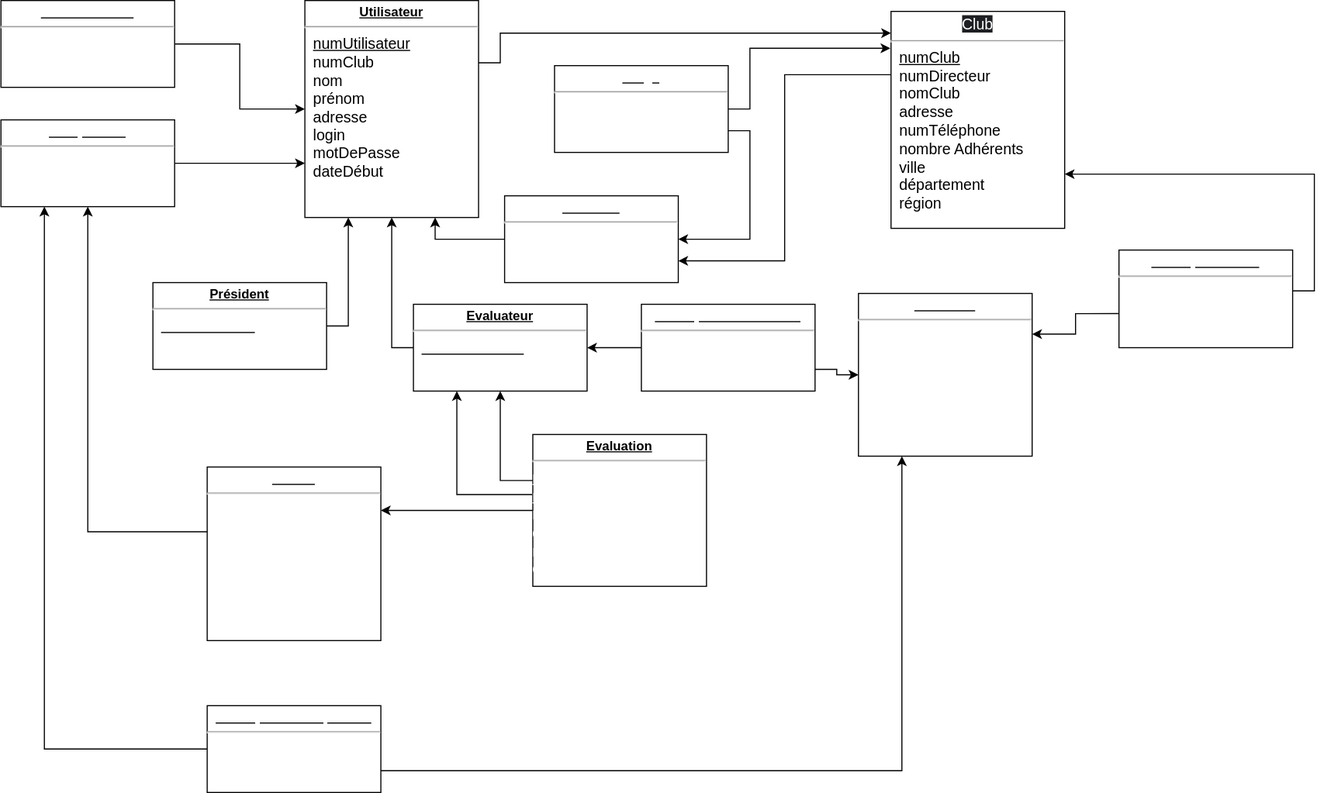
Before: documentation/DiagrammeLogique.svg, a diagram exported from draw.io (Obscurimouille/concours-dessin). Source tidied: cells renumbered, new cells last; positions are measured from the earlier drawing's top-left corner, leaving out a move shared by most shapes.
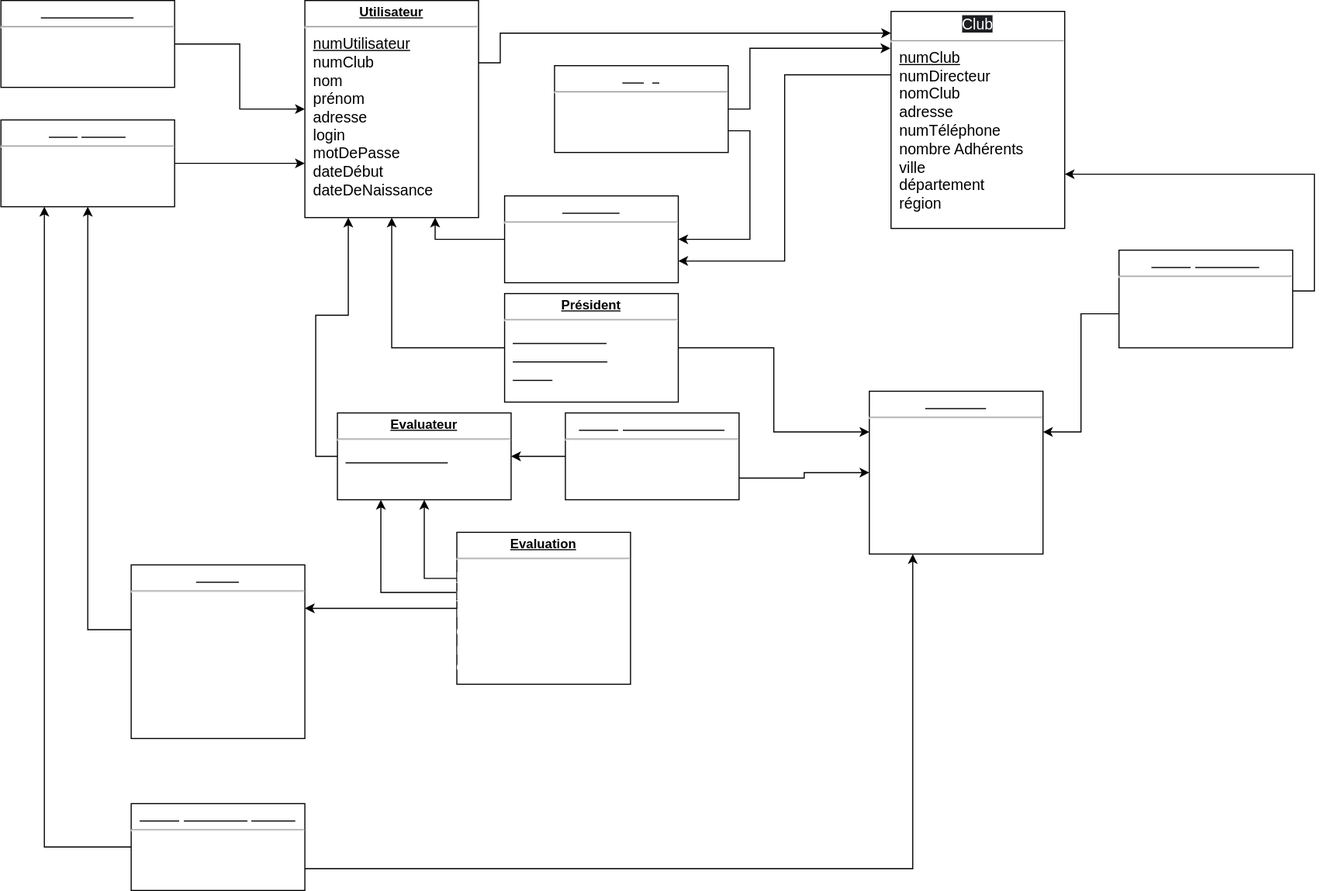
Above is the later version.

Commit message:
Mise à jour schéma logique et route getUserRoleConcour

Change to the diagram source:
```diff
@@ -12,3 +12,3 @@
     </mxCell>
-    <mxCell id="3" value="&lt;p style=&quot;margin: 4px 0px 0px; text-align: center;&quot;&gt;&lt;b style=&quot;&quot;&gt;&lt;u&gt;Utilisateur&lt;/u&gt;&lt;/b&gt;&lt;/p&gt;&lt;hr&gt;&lt;p style=&quot;margin:0px;margin-left:8px;&quot;&gt;&lt;u style=&quot;box-sizing: border-box; font-family: Helvetica, Arial, freesans, sans-serif; font-size: 14px;&quot;&gt;&lt;span style=&quot;box-sizing: border-box;&quot;&gt;numUtilisateur&lt;/span&gt;&lt;/u&gt;&lt;/p&gt;&lt;p style=&quot;margin:0px;margin-left:8px;&quot;&gt;&lt;span style=&quot;box-sizing: border-box; font-family: Helvetica, Arial, freesans, sans-serif; font-size: 14px;&quot;&gt;numClub&lt;/span&gt;&lt;/p&gt;&lt;p style=&quot;margin:0px;margin-left:8px;&quot;&gt;&lt;span style=&quot;box-sizing: border-box; font-family: Helvetica, Arial, freesans, sans-serif; font-size: 14px;&quot;&gt;nom&lt;/span&gt;&lt;/p&gt;&lt;p style=&quot;margin:0px;margin-left:8px;&quot;&gt;&lt;span style=&quot;box-sizing: border-box; font-family: Helvetica, Arial, freesans, sans-serif; font-size: 14px;&quot;&gt;prénom&lt;/span&gt;&lt;/p&gt;&lt;p style=&quot;margin:0px;margin-left:8px;&quot;&gt;&lt;span style=&quot;box-sizing: border-box; font-family: Helvetica, Arial, freesans, sans-serif; font-size: 14px;&quot;&gt;adresse&lt;/span&gt;&lt;/p&gt;&lt;p style=&quot;margin:0px;margin-left:8px;&quot;&gt;&lt;span style=&quot;box-sizing: border-box; font-family: Helvetica, Arial, freesans, sans-serif; font-size: 14px;&quot;&gt;login&lt;/span&gt;&lt;/p&gt;&lt;p style=&quot;margin:0px;margin-left:8px;&quot;&gt;&lt;span style=&quot;box-sizing: border-box; font-family: Helvetica, Arial, freesans, sans-serif; font-size: 14px;&quot;&gt;motDePasse&lt;/span&gt;&lt;/p&gt;&lt;p style=&quot;margin:0px;margin-left:8px;&quot;&gt;&lt;span style=&quot;box-sizing: border-box; font-family: Helvetica, Arial, freesans, sans-serif; font-size: 14px;&quot;&gt;dateDébut&lt;/span&gt;&lt;br&gt;&lt;/p&gt;" style="verticalAlign=top;align=left;overflow=fill;fontSize=12;fontFamily=Helvetica;html=1;" parent="1" vertex="1">
+    <mxCell id="3" value="&lt;p style=&quot;margin: 4px 0px 0px; text-align: center;&quot;&gt;&lt;b style=&quot;&quot;&gt;&lt;u&gt;Utilisateur&lt;/u&gt;&lt;/b&gt;&lt;/p&gt;&lt;hr&gt;&lt;p style=&quot;margin:0px;margin-left:8px;&quot;&gt;&lt;u style=&quot;box-sizing: border-box; font-family: Helvetica, Arial, freesans, sans-serif; font-size: 14px;&quot;&gt;&lt;span style=&quot;box-sizing: border-box;&quot;&gt;numUtilisateur&lt;/span&gt;&lt;/u&gt;&lt;/p&gt;&lt;p style=&quot;margin:0px;margin-left:8px;&quot;&gt;&lt;span style=&quot;box-sizing: border-box; font-family: Helvetica, Arial, freesans, sans-serif; font-size: 14px;&quot;&gt;numClub&lt;/span&gt;&lt;/p&gt;&lt;p style=&quot;margin:0px;margin-left:8px;&quot;&gt;&lt;span style=&quot;box-sizing: border-box; font-family: Helvetica, Arial, freesans, sans-serif; font-size: 14px;&quot;&gt;nom&lt;/span&gt;&lt;/p&gt;&lt;p style=&quot;margin:0px;margin-left:8px;&quot;&gt;&lt;span style=&quot;box-sizing: border-box; font-family: Helvetica, Arial, freesans, sans-serif; font-size: 14px;&quot;&gt;prénom&lt;/span&gt;&lt;/p&gt;&lt;p style=&quot;margin:0px;margin-left:8px;&quot;&gt;&lt;span style=&quot;box-sizing: border-box; font-family: Helvetica, Arial, freesans, sans-serif; font-size: 14px;&quot;&gt;adresse&lt;/span&gt;&lt;/p&gt;&lt;p style=&quot;margin:0px;margin-left:8px;&quot;&gt;&lt;span style=&quot;box-sizing: border-box; font-family: Helvetica, Arial, freesans, sans-serif; font-size: 14px;&quot;&gt;login&lt;/span&gt;&lt;/p&gt;&lt;p style=&quot;margin:0px;margin-left:8px;&quot;&gt;&lt;span style=&quot;box-sizing: border-box; font-family: Helvetica, Arial, freesans, sans-serif; font-size: 14px;&quot;&gt;motDePasse&lt;/span&gt;&lt;/p&gt;&lt;p style=&quot;margin:0px;margin-left:8px;&quot;&gt;&lt;span style=&quot;box-sizing: border-box; font-family: Helvetica, Arial, freesans, sans-serif; font-size: 14px;&quot;&gt;dateDébut&lt;/span&gt;&lt;br&gt;&lt;/p&gt;&lt;p style=&quot;margin:0px;margin-left:8px;&quot;&gt;&lt;span style=&quot;box-sizing: border-box; font-family: Helvetica, Arial, freesans, sans-serif; font-size: 14px;&quot;&gt;dateDeNaissance&lt;/span&gt;&lt;/p&gt;" style="verticalAlign=top;align=left;overflow=fill;fontSize=12;fontFamily=Helvetica;html=1;" parent="1" vertex="1">
       <mxGeometry x="280" width="160" height="200" as="geometry" />
@@ -21,9 +21,12 @@
     </mxCell>
-    <mxCell id="6" style="edgeStyle=orthogonalEdgeStyle;rounded=0;jettySize=auto;html=1;exitX=1;exitY=0.5;exitDx=0;exitDy=0;entryX=0.25;entryY=1;entryDx=0;entryDy=0;fontColor=#FFFFFF;" parent="1" edge="1" source="7" target="3">
+    <mxCell id="6" style="edgeStyle=orthogonalEdgeStyle;rounded=0;jettySize=auto;html=1;exitX=0;exitY=0.5;exitDx=0;exitDy=0;fontColor=#FFFFFF;entryX=0.5;entryY=1;entryDx=0;entryDy=0;" parent="1" edge="1" source="7" target="3">
       <mxGeometry relative="1" as="geometry" />
     </mxCell>
+    <mxCell id="35" style="edgeStyle=orthogonalEdgeStyle;rounded=0;jettySize=auto;html=1;exitX=1;exitY=0.5;exitDx=0;exitDy=0;entryX=0;entryY=0.25;entryDx=0;entryDy=0;" parent="1" edge="1" source="7" target="25">
+      <mxGeometry relative="1" as="geometry" />
+    </mxCell>
-    <mxCell id="7" value="&lt;p style=&quot;margin: 4px 0px 0px; text-align: center;&quot;&gt;&lt;b style=&quot;&quot;&gt;&lt;u&gt;Président&lt;/u&gt;&lt;/b&gt;&lt;/p&gt;&lt;hr&gt;&lt;p style=&quot;margin:0px;margin-left:8px;&quot;&gt;&lt;u style=&quot;box-sizing: border-box; font-family: Helvetica, Arial, freesans, sans-serif; font-size: 14px;&quot;&gt;&lt;span style=&quot;box-sizing: border-box;&quot;&gt;&lt;font style=&quot;&quot; color=&quot;#ffffff&quot;&gt;numPresident&lt;/font&gt;&lt;/span&gt;&lt;/u&gt;&lt;/p&gt;&lt;p style=&quot;margin:0px;margin-left:8px;&quot;&gt;&lt;span style=&quot;box-sizing: border-box; font-family: Helvetica, Arial, freesans, sans-serif; font-size: 14px;&quot;&gt;&lt;font style=&quot;&quot; color=&quot;#ffffff&quot;&gt;prime&lt;/font&gt;&lt;/span&gt;&lt;br&gt;&lt;/p&gt;" style="verticalAlign=top;align=left;overflow=fill;fontSize=12;fontFamily=Helvetica;html=1;" parent="1" vertex="1">
-      <mxGeometry x="140" y="260" width="160" height="80" as="geometry" />
+    <mxCell id="7" value="&lt;p style=&quot;margin: 4px 0px 0px; text-align: center;&quot;&gt;&lt;b style=&quot;&quot;&gt;&lt;u&gt;Président&lt;/u&gt;&lt;/b&gt;&lt;/p&gt;&lt;hr&gt;&lt;p style=&quot;margin:0px;margin-left:8px;&quot;&gt;&lt;u style=&quot;box-sizing: border-box; font-family: Helvetica, Arial, freesans, sans-serif; font-size: 14px;&quot;&gt;&lt;span style=&quot;box-sizing: border-box;&quot;&gt;&lt;font style=&quot;&quot; color=&quot;#ffffff&quot;&gt;numPresident&lt;/font&gt;&lt;/span&gt;&lt;/u&gt;&lt;/p&gt;&lt;p style=&quot;margin:0px;margin-left:8px;&quot;&gt;&lt;u style=&quot;box-sizing: border-box; font-family: Helvetica, Arial, freesans, sans-serif; font-size: 14px;&quot;&gt;&lt;span style=&quot;box-sizing: border-box;&quot;&gt;&lt;font style=&quot;&quot; color=&quot;#ffffff&quot;&gt;numConcours&lt;/font&gt;&lt;/span&gt;&lt;/u&gt;&lt;/p&gt;&lt;p style=&quot;margin:0px;margin-left:8px;&quot;&gt;&lt;u style=&quot;box-sizing: border-box; font-family: Helvetica, Arial, freesans, sans-serif; font-size: 14px;&quot;&gt;&lt;span style=&quot;box-sizing: border-box;&quot;&gt;&lt;font style=&quot;&quot; color=&quot;#ffffff&quot;&gt;Prime&lt;/font&gt;&lt;/span&gt;&lt;/u&gt;&lt;/p&gt;&lt;p style=&quot;margin:0px;margin-left:8px;&quot;&gt;&lt;span style=&quot;box-sizing: border-box; font-family: Helvetica, Arial, freesans, sans-serif; font-size: 14px;&quot;&gt;&lt;font style=&quot;&quot; color=&quot;#ffffff&quot;&gt;dateDebut&lt;/font&gt;&lt;/span&gt;&lt;br&gt;&lt;/p&gt;" style="verticalAlign=top;align=left;overflow=fill;fontSize=12;fontFamily=Helvetica;html=1;" parent="1" vertex="1">
+      <mxGeometry x="464" y="270" width="160" height="100" as="geometry" />
     </mxCell>
-    <mxCell id="8" style="edgeStyle=orthogonalEdgeStyle;rounded=0;jettySize=auto;html=1;exitX=0;exitY=0.5;exitDx=0;exitDy=0;entryX=0.5;entryY=1;entryDx=0;entryDy=0;fontColor=#FFFFFF;" parent="1" edge="1" source="9" target="3">
+    <mxCell id="8" style="edgeStyle=orthogonalEdgeStyle;rounded=0;jettySize=auto;html=1;exitX=0;exitY=0.5;exitDx=0;exitDy=0;entryX=0.25;entryY=1;entryDx=0;entryDy=0;fontColor=#FFFFFF;" parent="1" edge="1" source="9" target="3">
       <mxGeometry relative="1" as="geometry" />
@@ -31,3 +34,3 @@
     <mxCell id="9" value="&lt;p style=&quot;margin: 4px 0px 0px; text-align: center;&quot;&gt;&lt;b&gt;&lt;u&gt;Evaluateur&lt;/u&gt;&lt;/b&gt;&lt;/p&gt;&lt;hr&gt;&lt;p style=&quot;margin:0px;margin-left:8px;&quot;&gt;&lt;u style=&quot;box-sizing: border-box; font-family: Helvetica, Arial, freesans, sans-serif; font-size: 14px;&quot;&gt;&lt;span style=&quot;box-sizing: border-box;&quot;&gt;&lt;font style=&quot;&quot; color=&quot;#ffffff&quot;&gt;numEvaluateur&lt;/font&gt;&lt;/span&gt;&lt;/u&gt;&lt;/p&gt;&lt;p style=&quot;margin:0px;margin-left:8px;&quot;&gt;&lt;span style=&quot;box-sizing: border-box; font-family: Helvetica, Arial, freesans, sans-serif; font-size: 14px;&quot;&gt;&lt;font style=&quot;&quot; color=&quot;#ffffff&quot;&gt;specialite&lt;/font&gt;&lt;/span&gt;&lt;br&gt;&lt;/p&gt;" style="verticalAlign=top;align=left;overflow=fill;fontSize=12;fontFamily=Helvetica;html=1;" parent="1" vertex="1">
-      <mxGeometry x="380" y="280" width="160" height="80" as="geometry" />
+      <mxGeometry x="310" y="380" width="160" height="80" as="geometry" />
     </mxCell>
@@ -43,3 +46,3 @@
     <mxCell id="13" value="&lt;p style=&quot;margin: 4px 0px 0px; text-align: center;&quot;&gt;&lt;b&gt;&lt;u&gt;Evaluation&lt;/u&gt;&lt;/b&gt;&lt;/p&gt;&lt;hr&gt;&lt;font color=&quot;#ffffff&quot;&gt;&lt;u style=&quot;box-sizing: border-box; font-family: Helvetica, Arial, freesans, sans-serif; font-size: 14px;&quot;&gt;&lt;span style=&quot;box-sizing: border-box;&quot;&gt;numEvaluateur1&lt;br&gt;&lt;/span&gt;&lt;/u&gt;&lt;u style=&quot;box-sizing: border-box; font-family: Helvetica, Arial, freesans, sans-serif; font-size: 14px;&quot;&gt;&lt;span style=&quot;box-sizing: border-box;&quot;&gt;numEvaluateur2&lt;br&gt;&lt;/span&gt;&lt;/u&gt;&lt;span style=&quot;box-sizing: border-box; font-family: Helvetica, Arial, freesans, sans-serif; font-size: 14px;&quot;&gt;numDessin&lt;br&gt;&lt;/span&gt;&lt;span style=&quot;box-sizing: border-box; font-family: Helvetica, Arial, freesans, sans-serif; font-size: 14px;&quot;&gt;dateEvaluation&lt;br&gt;&lt;/span&gt;&lt;span style=&quot;box-sizing: border-box; font-family: Helvetica, Arial, freesans, sans-serif; font-size: 14px;&quot;&gt;note&lt;br&gt;&lt;/span&gt;&lt;span style=&quot;box-sizing: border-box; font-family: Helvetica, Arial, freesans, sans-serif; font-size: 14px;&quot;&gt;commentaire&lt;/span&gt;&lt;/font&gt;&lt;p style=&quot;margin:0px;margin-left:8px;&quot;&gt;&lt;span style=&quot;color: rgba(0, 0, 0, 0); font-family: monospace; font-size: 0px;&quot;&gt;%3CmxGraphModel%3E%3Croot%3E%3CmxCell%20id%3D%220%22%2F%3E%3CmxCell%20id%3D%221%22%20parent%3D%220%22%2F%3E%3CmxCell%20id%3D%222%22%20value%3D%22%26lt%3Bp%20style%3D%26quot%3Bmargin%3A%204px%200px%200px%3B%20text-align%3A%20center%3B%26quot%3B%26gt%3B%26lt%3Bb%26gt%3B%26lt%3Bu%26gt%3BEvaluateur%26lt%3B%2Fu%26gt%3B%26lt%3B%2Fb%26gt%3B%26lt%3B%2Fp%26gt%3B%26lt%3Bhr%26gt%3B%26lt%3Bp%20style%3D%26quot%3Bmargin%3A0px%3Bmargin-left%3A8px%3B%26quot%3B%26gt%3B%26lt%3Bu%20style%3D%26quot%3Bbox-sizing%3A%20border-box%3B%20font-family%3A%20Helvetica%2C%20Arial%2C%20freesans%2C%20sans-serif%3B%20font-size%3A%2014px%3B%26quot%3B%26gt%3B%26lt%3Bspan%20style%3D%26quot%3Bbox-sizing%3A%20border-box%3B%26quot%3B%26gt%3B%26lt%3Bfont%20style%3D%26quot%3B%26quot%3B%20color%3D%26quot%3B%23ffffff%26quot%3B%26gt%3BnumEvaluateur%26lt%3B%2Ffont%26gt%3B%26lt%3B%2Fspan%26gt%3B%26lt%3B%2Fu%26gt%3B%26lt%3B%2Fp%26gt%3B%26lt%3Bp%20style%3D%26quot%3Bmargin%3A0px%3Bmargin-left%3A8px%3B%26quot%3B%26gt%3B%26lt%3Bspan%20style%3D%26quot%3Bbox-sizing%3A%20border-box%3B%20font-family%3A%20Helvetica%2C%20Arial%2C%20freesans%2C%20sans-serif%3B%20font-size%3A%2014px%3B%26quot%3B%26gt%3B%26lt%3Bfont%20style%3D%26quot%3B%26quot%3B%20color%3D%26quot%3B%23ffffff%26quot%3B%26gt%3Bspecialite%26lt%3B%2Ffont%26gt%3B%26lt%3B%2Fspan%26gt%3B%26lt%3Bbr%26gt%3B%26lt%3B%2Fp%26gt%3B%22%20style%3D%22verticalAlign%3Dtop%3Balign%3Dleft%3Boverflow%3Dfill%3BfontSize%3D12%3BfontFamily%3DHelvetica%3Bhtml%3D1%3B%22%20vertex%3D%221%22%20parent%3D%221%22%3E%3CmxGeometry%20x%3D%2280%22%20y%3D%22550%22%20width%3D%22160%22%20height%3D%2280%22%20as%3D%22geometry%22%2F%3E%3C%2FmxCell%3E%3C%2Froot%3E%3C%2FmxGraphModel%3E&lt;/span&gt;&lt;br&gt;&lt;/p&gt;" style="verticalAlign=top;align=left;overflow=fill;fontSize=12;fontFamily=Helvetica;html=1;" parent="1" vertex="1">
-      <mxGeometry x="490" y="400" width="160" height="140" as="geometry" />
+      <mxGeometry x="420" y="490" width="160" height="140" as="geometry" />
     </mxCell>
@@ -78,9 +81,13 @@
     <mxCell id="23" style="edgeStyle=orthogonalEdgeStyle;rounded=0;jettySize=auto;html=1;exitX=0.009;exitY=0.373;exitDx=0;exitDy=0;entryX=0.5;entryY=1;entryDx=0;entryDy=0;fontColor=#FFFFFF;exitPerimeter=0;" parent="1" edge="1" source="24" target="15">
-      <mxGeometry relative="1" as="geometry" />
+      <mxGeometry relative="1" as="geometry">
+        <Array as="points">
+          <mxPoint x="80" y="580" />
+        </Array>
+      </mxGeometry>
     </mxCell>
     <mxCell id="24" value="&lt;p style=&quot;margin: 4px 0px 0px; text-align: center;&quot;&gt;&lt;b&gt;&lt;u&gt;&lt;font color=&quot;#ffffff&quot;&gt;Dessin&lt;/font&gt;&lt;/u&gt;&lt;/b&gt;&lt;/p&gt;&lt;hr&gt;&lt;p style=&quot;margin:0px;margin-left:8px;&quot;&gt;&lt;font color=&quot;#ffffff&quot;&gt;&lt;u style=&quot;box-sizing: border-box; font-family: Helvetica, Arial, freesans, sans-serif; font-size: 14px;&quot;&gt;&lt;span style=&quot;box-sizing: border-box;&quot;&gt;numDessin&lt;/span&gt;&lt;/u&gt;&lt;/font&gt;&lt;/p&gt;&lt;p style=&quot;margin:0px;margin-left:8px;&quot;&gt;&lt;font color=&quot;#ffffff&quot;&gt;&lt;span style=&quot;box-sizing: border-box; font-family: Helvetica, Arial, freesans, sans-serif; font-size: 14px;&quot;&gt;numCompetiteur&lt;/span&gt;&lt;/font&gt;&lt;/p&gt;&lt;p style=&quot;margin:0px;margin-left:8px;&quot;&gt;&lt;font color=&quot;#ffffff&quot;&gt;&lt;span style=&quot;box-sizing: border-box; font-family: Helvetica, Arial, freesans, sans-serif; font-size: 14px;&quot;&gt;commentaire&lt;/span&gt;&lt;/font&gt;&lt;/p&gt;&lt;p style=&quot;margin:0px;margin-left:8px;&quot;&gt;&lt;font color=&quot;#ffffff&quot;&gt;&lt;span style=&quot;box-sizing: border-box; font-family: Helvetica, Arial, freesans, sans-serif; font-size: 14px;&quot;&gt;classement&lt;/span&gt;&lt;/font&gt;&lt;/p&gt;&lt;p style=&quot;margin:0px;margin-left:8px;&quot;&gt;&lt;font color=&quot;#ffffff&quot;&gt;&lt;span style=&quot;box-sizing: border-box; font-family: Helvetica, Arial, freesans, sans-serif; font-size: 14px;&quot;&gt;dateRemise&lt;/span&gt;&lt;/font&gt;&lt;/p&gt;&lt;p style=&quot;margin:0px;margin-left:8px;&quot;&gt;&lt;font color=&quot;#ffffff&quot;&gt;&lt;span style=&quot;box-sizing: border-box; font-family: Helvetica, Arial, freesans, sans-serif; font-size: 14px;&quot;&gt;leDessin&lt;/span&gt;&lt;/font&gt;&lt;br&gt;&lt;/p&gt;" style="verticalAlign=top;align=left;overflow=fill;fontSize=12;fontFamily=Helvetica;html=1;" parent="1" vertex="1">
-      <mxGeometry x="190" y="430" width="160" height="160" as="geometry" />
+      <mxGeometry x="120" y="520" width="160" height="160" as="geometry" />
     </mxCell>
     <mxCell id="25" value="&lt;p style=&quot;margin: 4px 0px 0px; text-align: center;&quot;&gt;&lt;b&gt;&lt;u&gt;&lt;font color=&quot;#ffffff&quot;&gt;Concours&lt;/font&gt;&lt;/u&gt;&lt;/b&gt;&lt;/p&gt;&lt;hr&gt;&lt;p style=&quot;margin:0px;margin-left:8px;&quot;&gt;&lt;font color=&quot;#ffffff&quot;&gt;&lt;u style=&quot;box-sizing: border-box; font-family: Helvetica, Arial, freesans, sans-serif; font-size: 14px;&quot;&gt;&lt;span style=&quot;box-sizing: border-box;&quot;&gt;numConcours&lt;/span&gt;&lt;/u&gt;&lt;/font&gt;&lt;/p&gt;&lt;p style=&quot;margin:0px;margin-left:8px;&quot;&gt;&lt;font color=&quot;#ffffff&quot;&gt;&lt;span style=&quot;box-sizing: border-box; font-family: Helvetica, Arial, freesans, sans-serif; font-size: 14px;&quot;&gt;thème&lt;/span&gt;&lt;/font&gt;&lt;/p&gt;&lt;p style=&quot;margin:0px;margin-left:8px;&quot;&gt;&lt;font color=&quot;#ffffff&quot;&gt;&lt;span style=&quot;box-sizing: border-box; font-family: Helvetica, Arial, freesans, sans-serif; font-size: 14px;&quot;&gt;dateDebut&lt;/span&gt;&lt;/font&gt;&lt;/p&gt;&lt;p style=&quot;margin:0px;margin-left:8px;&quot;&gt;&lt;font color=&quot;#ffffff&quot;&gt;&lt;span style=&quot;box-sizing: border-box; font-family: Helvetica, Arial, freesans, sans-serif; font-size: 14px;&quot;&gt;dateFin&lt;/span&gt;&lt;/font&gt;&lt;/p&gt;&lt;p style=&quot;margin:0px;margin-left:8px;&quot;&gt;&lt;font color=&quot;#ffffff&quot;&gt;&lt;span style=&quot;box-sizing: border-box; font-family: Helvetica, Arial, freesans, sans-serif; font-size: 14px;&quot;&gt;etat&lt;/span&gt;&lt;/font&gt;&lt;br&gt;&lt;/p&gt;" style="verticalAlign=top;align=left;overflow=fill;fontSize=12;fontFamily=Helvetica;html=1;" parent="1" vertex="1">
-      <mxGeometry x="790" y="270" width="160" height="150" as="geometry" />
+      <mxGeometry x="800" y="360" width="160" height="150" as="geometry" />
     </mxCell>
@@ -102,3 +109,3 @@
     <mxCell id="31" value="&lt;p style=&quot;margin: 4px 0px 0px; text-align: center;&quot;&gt;&lt;b&gt;&lt;u&gt;&lt;font color=&quot;#ffffff&quot;&gt;ParticipationCompétiteur&lt;/font&gt;&lt;/u&gt;&lt;/b&gt;&lt;/p&gt;&lt;hr&gt;&lt;p style=&quot;margin:0px;margin-left:8px;&quot;&gt;&lt;font color=&quot;#ffffff&quot;&gt;&lt;u style=&quot;box-sizing: border-box; font-family: Helvetica, Arial, freesans, sans-serif; font-size: 14px;&quot;&gt;&lt;span style=&quot;box-sizing: border-box;&quot;&gt;numCompétiteur&lt;/span&gt;&lt;/u&gt;&lt;/font&gt;&lt;/p&gt;&lt;p style=&quot;margin:0px;margin-left:8px;&quot;&gt;&lt;font color=&quot;#ffffff&quot;&gt;&lt;u style=&quot;box-sizing: border-box; font-family: Helvetica, Arial, freesans, sans-serif; font-size: 14px;&quot;&gt;&lt;span style=&quot;box-sizing: border-box;&quot;&gt;numConcours&lt;/span&gt;&lt;/u&gt;&lt;/font&gt;&lt;br&gt;&lt;/p&gt;" style="verticalAlign=top;align=left;overflow=fill;fontSize=12;fontFamily=Helvetica;html=1;" parent="1" vertex="1">
-      <mxGeometry x="190" y="650" width="160" height="80" as="geometry" />
+      <mxGeometry x="120" y="740" width="160" height="80" as="geometry" />
     </mxCell>
@@ -111,3 +118,3 @@
     <mxCell id="34" value="&lt;p style=&quot;margin: 4px 0px 0px; text-align: center;&quot;&gt;&lt;b&gt;&lt;u&gt;&lt;font color=&quot;#ffffff&quot;&gt;ParticipationEvaluateur&lt;/font&gt;&lt;/u&gt;&lt;/b&gt;&lt;/p&gt;&lt;hr&gt;&lt;p style=&quot;margin:0px;margin-left:8px;&quot;&gt;&lt;font color=&quot;#ffffff&quot;&gt;&lt;u style=&quot;box-sizing: border-box; font-family: Helvetica, Arial, freesans, sans-serif; font-size: 14px;&quot;&gt;&lt;span style=&quot;box-sizing: border-box;&quot;&gt;numEvaluateur&lt;/span&gt;&lt;/u&gt;&lt;/font&gt;&lt;/p&gt;&lt;p style=&quot;margin:0px;margin-left:8px;&quot;&gt;&lt;font color=&quot;#ffffff&quot;&gt;&lt;u style=&quot;box-sizing: border-box; font-family: Helvetica, Arial, freesans, sans-serif; font-size: 14px;&quot;&gt;&lt;span style=&quot;box-sizing: border-box;&quot;&gt;numConcours&lt;/span&gt;&lt;/u&gt;&lt;/font&gt;&lt;br&gt;&lt;/p&gt;" style="verticalAlign=top;align=left;overflow=fill;fontSize=12;fontFamily=Helvetica;html=1;" parent="1" vertex="1">
-      <mxGeometry x="590" y="280" width="160" height="80" as="geometry" />
+      <mxGeometry x="520" y="380" width="160" height="80" as="geometry" />
     </mxCell>
```
